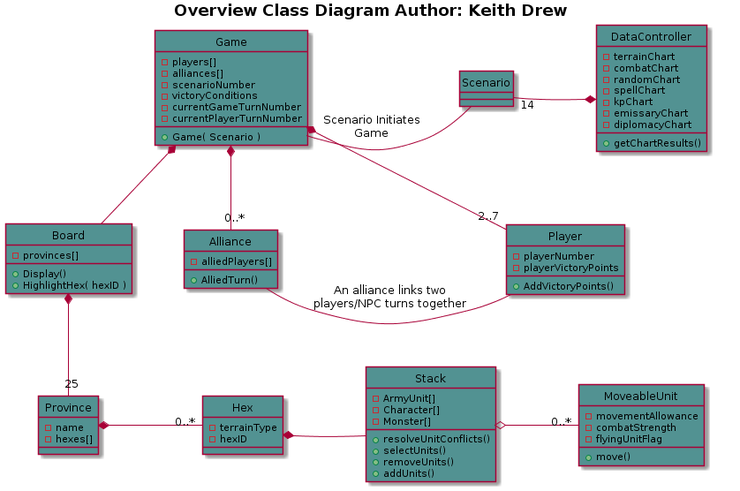
Above: doc/masterClassDiagrams/overview.png in cjeffery/sworsorc (PlantUML), before the change.
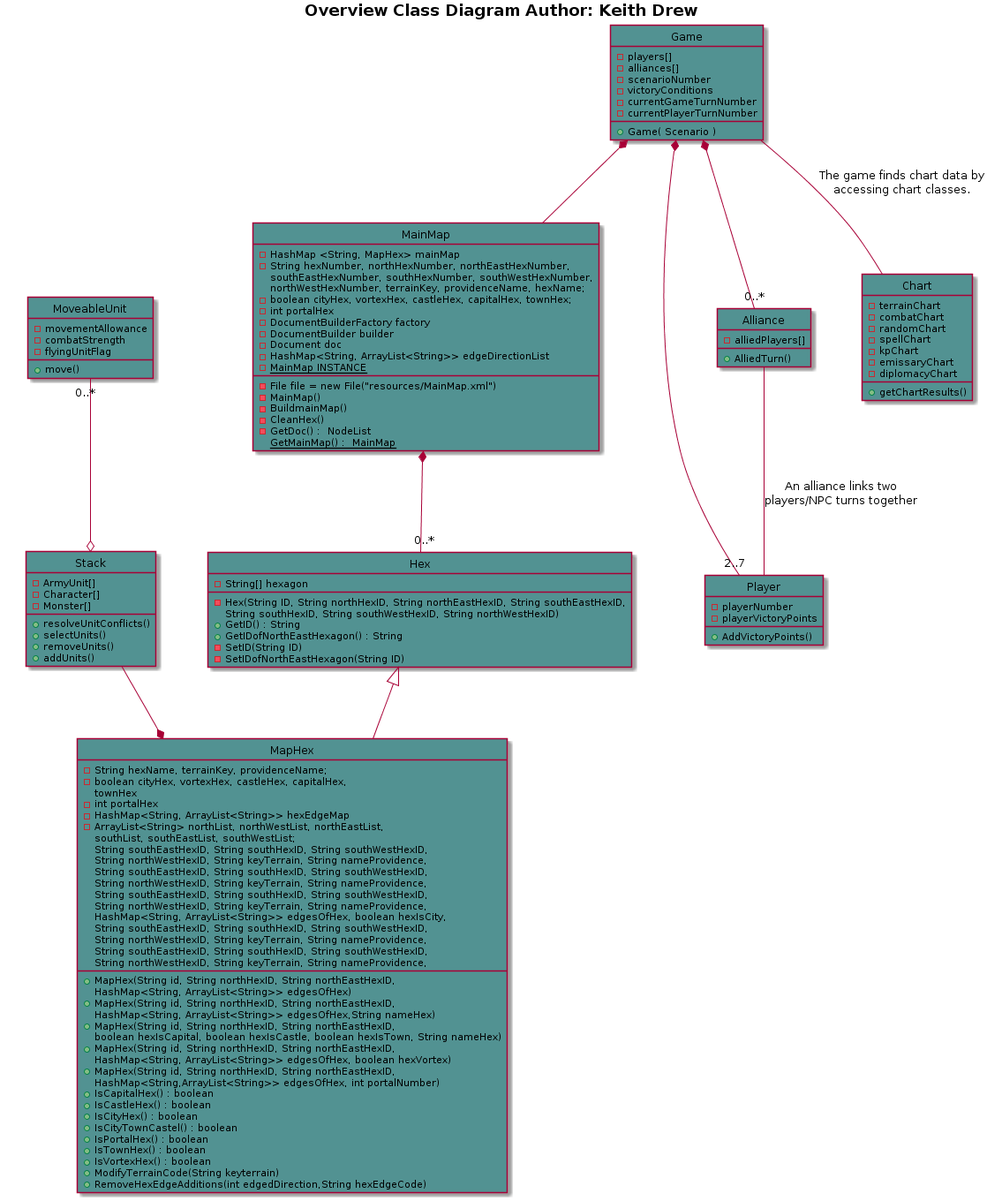
After the commit.

Change to the diagram source:
```diff
@@ -2,16 +2,15 @@
 hide circle
 title <b>Overview Class Diagram<b> Author: Keith Drew
 
-Game *-- Board
-Game *-- "2..7" Player
-Game *-- "0..*" Alliance
-Game - Scenario : Scenario Initiates\nGame
-Scenario "14" -* DataController
+Game *- MainMap
+Game *- "2..7" Player
+Game *- "0..*" Alliance
+Game - Chart : The game finds chart data by\naccessing chart classes.
 Alliance - Player : An alliance links two\nplayers/NPC turns together
-Province "25" -down-* Board
-Hex "0..*" -right-* Province
-Stack -right-* Hex
-MoveableUnit "0..*" -right-o Stack
+Hex "0..*" -down-* MainMap
+Hex <|-right- MapHex
+Stack -left-* MapHex
+MoveableUnit "0..*" -left-o Stack
 
 class Game #529292 {
 -players[]
@@ -23,10 +22,24 @@
 +Game( Scenario )
 }
 
-class Board #529292 {
--provinces[]
-+Display()
-+HighlightHex( hexID )
+class MainMap #529292 {
+ -HashMap <String, MapHex> mainMap
+ -String hexNumber, northHexNumber, northEastHexNumber,
+            southEastHexNumber, southHexNumber, southWestHexNumber,
+            northWestHexNumber, terrainKey, providenceName, hexName;
+ -boolean cityHex, vortexHex, castleHex, capitalHex, townHex;
+-int portalHex
+ -DocumentBuilderFactory factory
+ -DocumentBuilder builder
+ -Document doc
+ -File file = new File("resources/MainMap.xml")
+ -HashMap<String, ArrayList<String>> edgeDirectionList
+-{static}MainMap INSTANCE
+-MainMap()
+-BuildmainMap()
+-CleanHex()
+-GetDoc() :  NodeList
+{static} GetMainMap() :  MainMap
 }
 
 class Player #529292 {
@@ -40,15 +53,54 @@
 +AlliedTurn()
 }
 
-class Province #529292 {
--name
--hexes[]
+class Hex #529292 {
+-String[] hexagon
+-Hex(String ID, String northHexID, String northEastHexID, String southEastHexID,
+          String southHexID, String southWestHexID, String northWestHexID)
++GetID() : String
++GetIDofNorthEastHexagon() : String
+-SetID(String ID)
+-SetIDofNorthEastHexagon(String ID)
 }
 
-class Hex #529292 {
--terrainType
--hexID
--
+class MapHex #529292 {
+-String hexName, terrainKey, providenceName;
+-boolean cityHex, vortexHex, castleHex, capitalHex,
+townHex
+-int portalHex
+-HashMap<String, ArrayList<String>> hexEdgeMap
+-ArrayList<String> northList, northWestList, northEastList,
+southList, southEastList, southWestList;
++MapHex(String id, String northHexID, String northEastHexID,
+                  String southEastHexID, String southHexID, String southWestHexID,
+                  String northWestHexID, String keyTerrain, String nameProvidence,
+                  HashMap<String, ArrayList<String>> edgesOfHex)
++MapHex(String id, String northHexID, String northEastHexID,
+                  String southEastHexID, String southHexID, String southWestHexID,
+                  String northWestHexID, String keyTerrain, String nameProvidence,
+                  HashMap<String, ArrayList<String>> edgesOfHex,String nameHex)
++MapHex(String id, String northHexID, String northEastHexID,
+                  String southEastHexID, String southHexID, String southWestHexID,
+                  String northWestHexID, String keyTerrain, String nameProvidence,
+                  HashMap<String, ArrayList<String>> edgesOfHex, boolean hexIsCity,
+                  boolean hexIsCapital, boolean hexIsCastle, boolean hexIsTown, String nameHex)
++MapHex(String id, String northHexID, String northEastHexID,
+                  String southEastHexID, String southHexID, String southWestHexID,
+                  String northWestHexID, String keyTerrain, String nameProvidence,
+                  HashMap<String, ArrayList<String>> edgesOfHex, boolean hexVortex)
++MapHex(String id, String northHexID, String northEastHexID,
+                  String southEastHexID, String southHexID, String southWestHexID,
+                  String northWestHexID, String keyTerrain, String nameProvidence,
+                  HashMap<String,ArrayList<String>> edgesOfHex, int portalNumber)
++IsCapitalHex() : boolean
++IsCastleHex() : boolean
++IsCityHex() : boolean
++IsCityTownCastel() : boolean
++IsPortalHex() : boolean
++IsTownHex() : boolean
++IsVortexHex() : boolean
++ModifyTerrainCode(String keyterrain)
++RemoveHexEdgeAdditions(int edgedDirection,String hexEdgeCode)
 }
 
 class Stack #529292 {
@@ -68,10 +120,8 @@
 +move()
 }
 
-class Scenario #529292 {
-}
 
-class DataController #529292 {
+class Chart #529292 {
 -terrainChart
 -combatChart
 -randomChart
```
